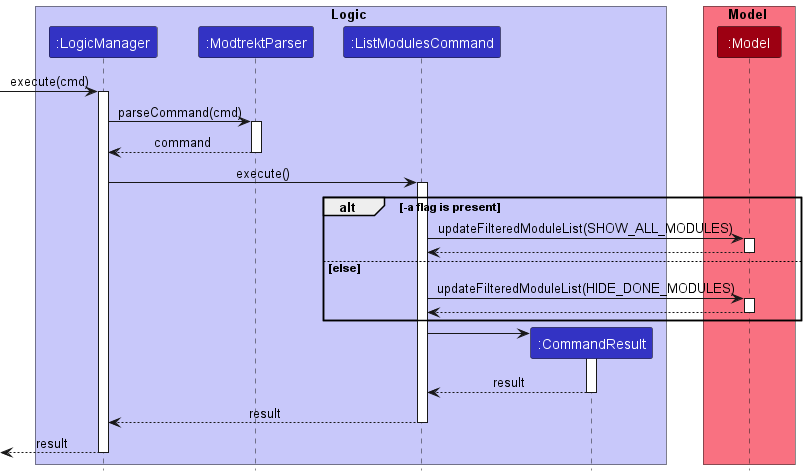
This is docs/images/ModulePUMLs/ListModule/ListingModuleSequenceDiagram.png from nus-cs2103-AY2223S1/tp, a PlantUML export, as it was before one commit. Source of this version:
```plantuml
@startuml
!include ../../style.puml

box Logic LOGIC_COLOR_T1
participant ":LogicManager" as LogicManager LOGIC_COLOR
participant ":ModtrektParser" as ModtrektParser LOGIC_COLOR
participant ":ListModulesCommand" as ListModulesCommand LOGIC_COLOR
participant ":CommandResult" as CommandResult LOGIC_COLOR

end box

box Model MODEL_COLOR_T1
participant ":Model" as Model MODEL_COLOR
end box

[-> LogicManager : execute(cmd)
activate LogicManager

LogicManager -> ModtrektParser : parseCommand(cmd)
activate ModtrektParser

ModtrektParser --> LogicManager : command
deactivate ModtrektParser

LogicManager -> ListModulesCommand : execute()
activate ListModulesCommand

alt -a flag is present

    ListModulesCommand -> Model : updateFilteredModuleList(SHOW_ALL_MODULES)
    activate Model

    Model --> ListModulesCommand
    deactivate Model

else else

    ListModulesCommand -> Model : updateFilteredModuleList(HIDE_DONE_MODULES)
    activate Model

    Model --> ListModulesCommand
    deactivate Model

end

create CommandResult
ListModulesCommand -> CommandResult
activate CommandResult

CommandResult --> ListModulesCommand : result
deactivate CommandResult

ListModulesCommand --> LogicManager : result
deactivate ListModulesCommand

[<--LogicManager : result
deactivate LogicManager
@enduml
```
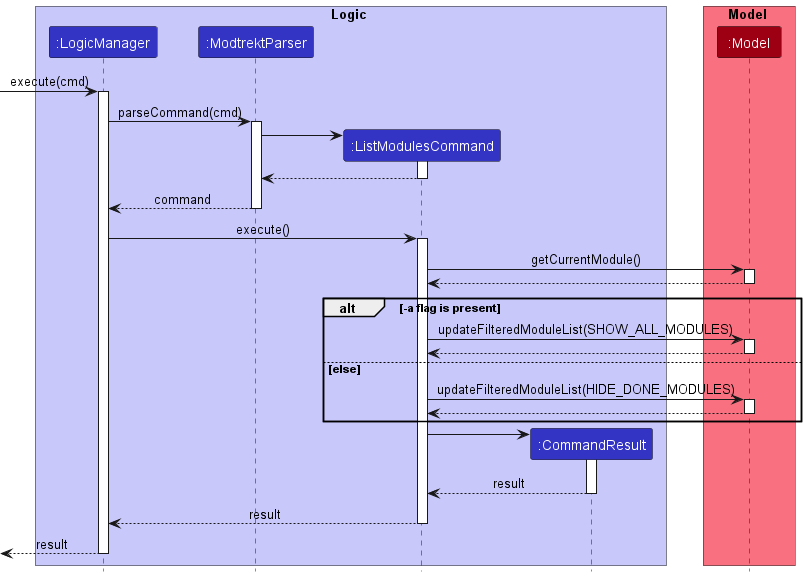
The same diagram one commit later.

Commit message:
Fix Module Diagrams

Change to the diagram source:
```diff
@@ -19,11 +19,24 @@
 LogicManager -> ModtrektParser : parseCommand(cmd)
 activate ModtrektParser
 
+create ListModulesCommand
+ModtrektParser -> ListModulesCommand
+activate ListModulesCommand
+
+ListModulesCommand --> ModtrektParser
+deactivate ListModulesCommand
+
 ModtrektParser --> LogicManager : command
 deactivate ModtrektParser
 
 LogicManager -> ListModulesCommand : execute()
 activate ListModulesCommand
+
+ListModulesCommand -> Model : getCurrentModule()
+activate Model
+
+Model --> ListModulesCommand
+deactivate Model
 
 alt -a flag is present
 
```
